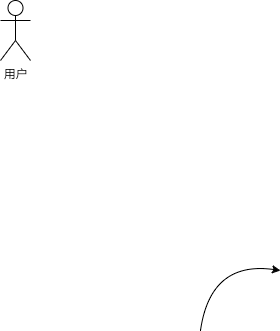
Above: 实验1.drawio.png in ICEFJL/Experiment-with-software-development-methods (draw.io), before the change. Source tidied: cells renumbered, new cells last; positions are measured from the earlier drawing's top-left corner, leaving out a move shared by most shapes.
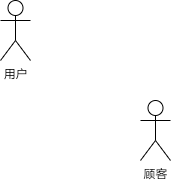
The same diagram one commit later.

Change to the diagram source:
```diff
@@ -2,17 +2,11 @@
   <root>
     <mxCell id="0" />
     <mxCell id="1" parent="0" />
-    <mxCell id="2" style="endArrow=classic;html=1;curved=1;" parent="1" edge="1">
-      <mxGeometry relative="1" as="geometry">
-        <mxPoint x="200" y="330" as="sourcePoint" />
-        <mxPoint x="280" y="270" as="targetPoint" />
-        <Array as="points">
-          <mxPoint x="210" y="260" />
-        </Array>
-      </mxGeometry>
-    </mxCell>
     <mxCell id="3" value="用户" style="shape=umlActor;verticalLabelPosition=bottom;verticalAlign=top;html=1;" parent="1" vertex="1">
       <mxGeometry width="30" height="60" as="geometry" />
     </mxCell>
+    <mxCell id="4" value="顾客" style="shape=umlActor;verticalLabelPosition=bottom;verticalAlign=top;html=1;" parent="1" vertex="1">
+      <mxGeometry x="140" y="100" width="30" height="60" as="geometry" />
+    </mxCell>
   </root>
 </mxGraphModel>
```
